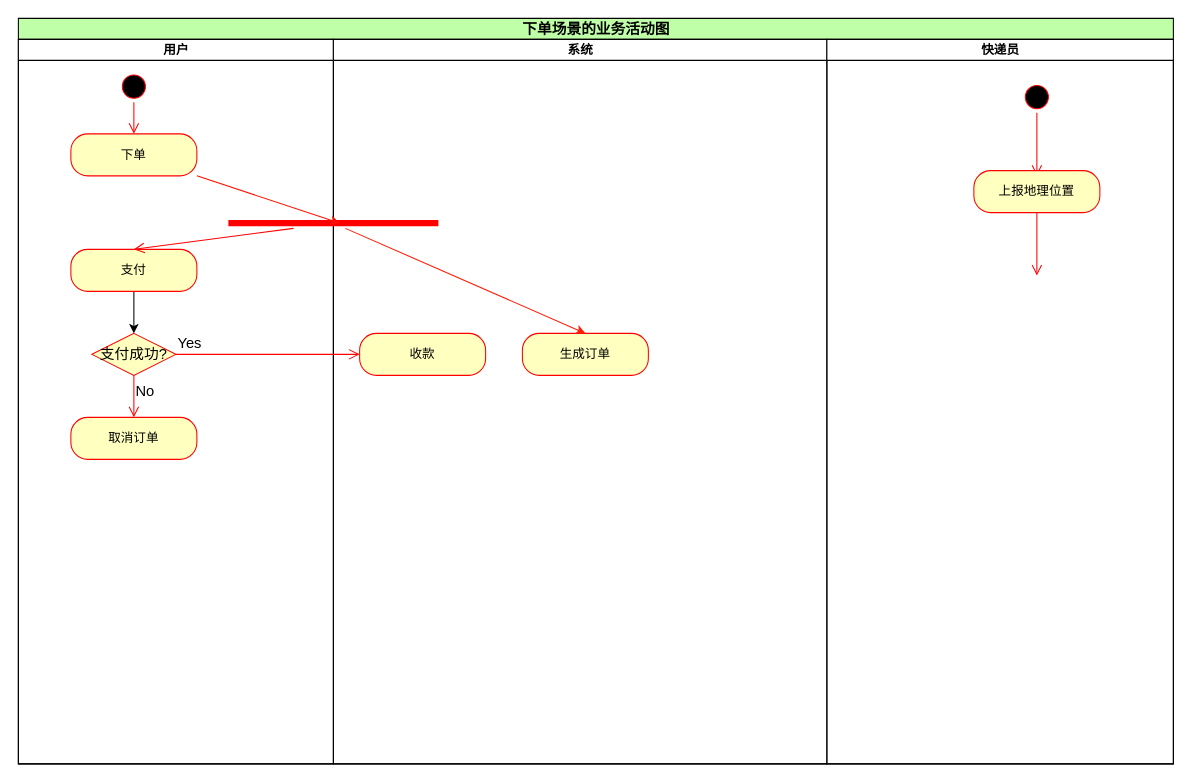
Earlier version of the draw.io diagram page "下单场景的业务活动图" (2 of 2) of Week_XX/架构师训练营 Week X - 大作业（1）.drawio (SmileRR/Architect-001). Source tidied: cells renumbered, new cells numbered last; positions are measured from the earlier drawing's top-left corner, leaving out a move shared by most shapes. Both pictures are drawn from the tidied source at 105%, with x=0, y=0 at pixel (18, 18).
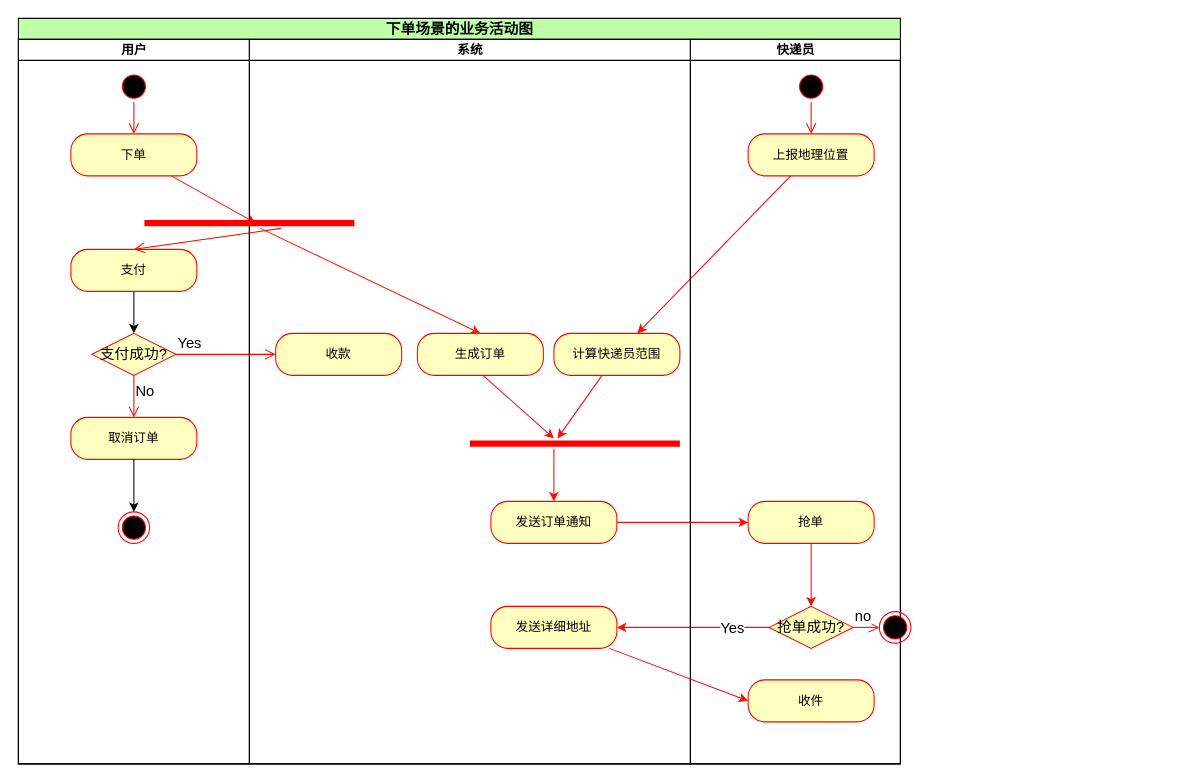
The same diagram, later.

Commit message (it also covers changes not shown here):
Update 架构师训练营 Week X - 大作业（1）.drawio

Unchanged cells that the change refers to:
```xml
<mxCell id="4" value="下单" style="rounded=1;whiteSpace=wrap;html=1;arcSize=40;fontColor=#000000;fillColor=#ffffc0;strokeColor=#ff0000;align=center;" parent="3" vertex="1">
  <mxGeometry x="50" y="90" width="120" height="40" as="geometry" />
</mxCell>
<mxCell id="8" value="支付" style="rounded=1;whiteSpace=wrap;html=1;arcSize=40;fontColor=#000000;fillColor=#ffffc0;strokeColor=#ff0000;align=center;" parent="3" vertex="1">
  <mxGeometry x="50" y="200" width="120" height="40" as="geometry" />
</mxCell>
<mxCell id="9" value="支付成功?" style="rhombus;whiteSpace=wrap;html=1;fillColor=#ffffc0;strokeColor=#ff0000;fontSize=14;align=center;" parent="3" vertex="1">
  <mxGeometry x="70" y="280" width="80" height="40" as="geometry" />
</mxCell>
<mxCell id="11" value="取消订单" style="rounded=1;whiteSpace=wrap;html=1;arcSize=40;fontColor=#000000;fillColor=#ffffc0;strokeColor=#ff0000;align=center;" parent="3" vertex="1">
  <mxGeometry x="50" y="360" width="120" height="40" as="geometry" />
</mxCell>
<mxCell id="15" style="shape=line;html=1;strokeWidth=6;strokeColor=#ff0000;fillColor=#BFFFA8;fontSize=14;align=center;" parent="12" vertex="1">
  <mxGeometry x="-100" y="170" width="200" height="10" as="geometry" />
</mxCell>
<mxCell id="16" value="收款" style="rounded=1;whiteSpace=wrap;html=1;arcSize=40;fontColor=#000000;fillColor=#ffffc0;strokeColor=#ff0000;align=center;" parent="12" vertex="1">
  <mxGeometry x="25" y="280" width="120" height="40" as="geometry" />
</mxCell>
```

What changed in the source:
```diff
@@
     <mxCell id="2" value="下单场景的业务活动图" style="swimlane;html=1;startSize=20;fillColor=#BFFFA8;fontSize=14;align=center;" parent="1" vertex="1">
-      <mxGeometry width="1100" height="710" as="geometry" />
+      <mxGeometry width="840" height="710" as="geometry" />
     </mxCell>
     <mxCell id="3" value="用户" style="swimlane;html=1;startSize=20;align=center;" parent="2" vertex="1">
-      <mxGeometry y="20" width="300" height="690" as="geometry" />
+      <mxGeometry y="20" width="220" height="690" as="geometry" />
     </mxCell>
@@
+    <mxCell id="25" style="ellipse;html=1;shape=endState;fillColor=#000000;strokeColor=#ff0000;fontSize=14;align=center;" parent="3" vertex="1">
+      <mxGeometry x="95" y="450" width="30" height="30" as="geometry" />
+    </mxCell>
+    <mxCell id="22" style="edgeStyle=none;rounded=0;jettySize=auto;html=1;entryX=0.53;entryY=0.5;entryDx=0;entryDy=0;entryPerimeter=0;fontSize=14;strokeColor=#FF1100;" parent="2" edge="1" source="4" target="15">
+      <mxGeometry relative="1" as="geometry" />
+    </mxCell>
+    <mxCell id="24" value="Yes" style="html=1;align=left;verticalAlign=bottom;endArrow=open;endSize=8;strokeColor=#ff0000;fontSize=14;entryX=0;entryY=0.5;entryDx=0;entryDy=0;" parent="2" edge="1" source="9" target="16">
+      <mxGeometry x="-1" relative="1" as="geometry" />
+    </mxCell>
+    <mxCell id="26" style="edgeStyle=none;rounded=0;jettySize=auto;html=1;fontSize=14;strokeColor=#FF0808;" parent="2" edge="1" source="20" target="28">
+      <mxGeometry relative="1" as="geometry" />
+    </mxCell>
+    <mxCell id="23" style="html=1;verticalAlign=bottom;endArrow=open;endSize=8;strokeColor=#ff0000;fontSize=14;entryX=0.5;entryY=0;entryDx=0;entryDy=0;" parent="2" edge="1" target="8">
+      <mxGeometry relative="1" as="geometry">
+        <mxPoint x="250" y="200" as="sourcePoint" />
+      </mxGeometry>
+    </mxCell>
     <mxCell id="12" value="系统" style="swimlane;html=1;startSize=20;" parent="2" vertex="1">
-      <mxGeometry x="300" y="20" width="470" height="690" as="geometry" />
+      <mxGeometry x="220" y="20" width="420" height="690" as="geometry" />
     </mxCell>
+    <mxCell id="27" style="edgeStyle=none;rounded=0;orthogonalLoop=1;jettySize=auto;html=1;fontSize=14;strokeColor=#FF0808;" parent="12" edge="1">
+      <mxGeometry relative="1" as="geometry">
+        <mxPoint x="222.5" y="320" as="sourcePoint" />
+        <mxPoint x="290" y="380" as="targetPoint" />
+      </mxGeometry>
+    </mxCell>
     <mxCell id="13" value="生成订单" style="rounded=1;whiteSpace=wrap;html=1;arcSize=40;fontColor=#000000;fillColor=#ffffc0;strokeColor=#ff0000;align=center;" parent="12" vertex="1">
-      <mxGeometry x="180" y="280" width="120" height="40" as="geometry" />
+      <mxGeometry x="160" y="280" width="120" height="40" as="geometry" />
     </mxCell>
@@
+    <mxCell id="28" value="计算快递员范围" style="rounded=1;whiteSpace=wrap;html=1;arcSize=40;fontColor=#000000;fillColor=#ffffc0;strokeColor=#ff0000;align=center;" parent="12" vertex="1">
+      <mxGeometry x="290" y="280" width="120" height="40" as="geometry" />
+    </mxCell>
+    <mxCell id="29" value="发送订单通知" style="rounded=1;whiteSpace=wrap;html=1;arcSize=40;fontColor=#000000;fillColor=#ffffc0;strokeColor=#ff0000;align=center;" parent="12" vertex="1">
+      <mxGeometry x="230" y="440" width="120" height="40" as="geometry" />
+    </mxCell>
+    <mxCell id="30" style="edgeStyle=none;rounded=0;jettySize=auto;html=1;fontSize=14;strokeColor=#FF0808;" parent="12" edge="1" source="28">
+      <mxGeometry relative="1" as="geometry">
+        <mxPoint x="293.5" y="380" as="targetPoint" />
+      </mxGeometry>
+    </mxCell>
+    <mxCell id="31" style="edgeStyle=none;rounded=0;jettySize=auto;html=1;fontSize=14;strokeColor=#FF0808;" parent="12" edge="1" target="29">
+      <mxGeometry relative="1" as="geometry">
+        <mxPoint x="290" y="390" as="sourcePoint" />
+      </mxGeometry>
+    </mxCell>
+    <mxCell id="32" style="shape=line;html=1;strokeWidth=6;strokeColor=#ff0000;fillColor=#BFFFA8;fontSize=14;align=center;" parent="12" vertex="1">
+      <mxGeometry x="210" y="380" width="200" height="10" as="geometry" />
+    </mxCell>
+    <mxCell id="33" value="发送详细地址" style="rounded=1;whiteSpace=wrap;html=1;arcSize=40;fontColor=#000000;fillColor=#ffffc0;strokeColor=#ff0000;align=center;" parent="12" vertex="1">
+      <mxGeometry x="230" y="540" width="120" height="40" as="geometry" />
+    </mxCell>
+    <mxCell id="34" style="edgeStyle=none;rounded=0;jettySize=auto;html=1;fontSize=14;strokeColor=#FF0808;" parent="2" edge="1" source="29" target="37">
+      <mxGeometry relative="1" as="geometry" />
+    </mxCell>
+    <mxCell id="35" style="edgeStyle=none;rounded=0;jettySize=auto;html=1;fontSize=14;entryX=1;entryY=0.5;entryDx=0;entryDy=0;strokeColor=#FF0808;" parent="2" edge="1" source="38" target="33">
+      <mxGeometry relative="1" as="geometry" />
+    </mxCell>
+    <mxCell id="36" value="Yes" style="edgeLabel;html=1;align=center;verticalAlign=middle;fontSize=14;" parent="35" vertex="1">
+      <mxGeometry x="-0.5" relative="1" as="geometry" />
+    </mxCell>
     <mxCell id="17" value="快递员" style="swimlane;html=1;startSize=20;align=center;" parent="2" vertex="1">
-      <mxGeometry x="770" y="20" width="330" height="690" as="geometry" />
+      <mxGeometry x="640" y="20" width="200" height="690" as="geometry" />
     </mxCell>
     <mxCell id="18" style="ellipse;html=1;shape=startState;fillColor=#000000;strokeColor=#ff0000;fontSize=14;align=center;" parent="17" vertex="1">
-      <mxGeometry x="185" y="40" width="30" height="30" as="geometry" />
+      <mxGeometry x="100" y="30" width="30" height="30" as="geometry" />
     </mxCell>
-    <mxCell id="19" style="edgeStyle=orthogonalEdgeStyle;html=1;verticalAlign=bottom;endArrow=open;endSize=8;strokeColor=#ff0000;fontSize=14;" parent="17" edge="1" source="18">
-      <mxGeometry relative="1" as="geometry">
-        <mxPoint x="200" y="130" as="targetPoint" />
-      </mxGeometry>
+    <mxCell id="19" style="edgeStyle=orthogonalEdgeStyle;html=1;verticalAlign=bottom;endArrow=open;endSize=8;strokeColor=#ff0000;fontSize=14;entryX=0.5;entryY=0;entryDx=0;entryDy=0;" parent="17" edge="1" source="18" target="20">
+      <mxGeometry relative="1" as="geometry" />
     </mxCell>
     <mxCell id="20" value="上报地理位置" style="rounded=1;whiteSpace=wrap;html=1;arcSize=40;fontColor=#000000;fillColor=#ffffc0;strokeColor=#ff0000;align=center;" parent="17" vertex="1">
-      <mxGeometry x="140" y="125" width="120" height="40" as="geometry" />
+      <mxGeometry x="55" y="90" width="120" height="40" as="geometry" />
     </mxCell>
-    <mxCell id="21" style="edgeStyle=orthogonalEdgeStyle;html=1;verticalAlign=bottom;endArrow=open;endSize=8;strokeColor=#ff0000;fontSize=14;" parent="17" edge="1" source="20">
-      <mxGeometry relative="1" as="geometry">
-        <mxPoint x="200" y="225" as="targetPoint" />
-      </mxGeometry>
-    </mxCell>
-    <mxCell id="22" style="edgeStyle=none;rounded=0;jettySize=auto;html=1;entryX=0.53;entryY=0.5;entryDx=0;entryDy=0;entryPerimeter=0;fontSize=14;strokeColor=#FF1100;" parent="2" edge="1" source="4" target="15">
-      <mxGeometry relative="1" as="geometry" />
-    </mxCell>
-    <mxCell id="23" style="html=1;verticalAlign=bottom;endArrow=open;endSize=8;strokeColor=#ff0000;fontSize=14;entryX=0.5;entryY=0;entryDx=0;entryDy=0;" parent="2" edge="1" source="15" target="8">
-      <mxGeometry relative="1" as="geometry" />
-    </mxCell>
-    <mxCell id="24" value="Yes" style="html=1;align=left;verticalAlign=bottom;endArrow=open;endSize=8;strokeColor=#ff0000;fontSize=14;entryX=0;entryY=0.5;entryDx=0;entryDy=0;" parent="2" edge="1" source="9" target="16">
-      <mxGeometry x="-1" relative="1" as="geometry" />
-    </mxCell>
+    <mxCell id="37" value="抢单" style="rounded=1;whiteSpace=wrap;html=1;arcSize=40;fontColor=#000000;fillColor=#ffffc0;strokeColor=#ff0000;align=center;" parent="17" vertex="1">
+      <mxGeometry x="55" y="440" width="120" height="40" as="geometry" />
+    </mxCell>
+    <mxCell id="38" value="抢单成功?" style="rhombus;whiteSpace=wrap;html=1;fillColor=#ffffc0;strokeColor=#ff0000;fontSize=14;align=center;" parent="17" vertex="1">
+      <mxGeometry x="75" y="540" width="80" height="40" as="geometry" />
+    </mxCell>
+    <mxCell id="39" value="no" style="html=1;align=left;verticalAlign=bottom;endArrow=open;endSize=8;strokeColor=#ff0000;fontSize=14;entryX=0;entryY=0.5;entryDx=0;entryDy=0;" parent="17" edge="1" source="38" target="41">
+      <mxGeometry x="-1" relative="1" as="geometry" />
+    </mxCell>
+    <mxCell id="40" style="edgeStyle=none;rounded=0;jettySize=auto;html=1;fontSize=14;entryX=0.5;entryY=0;entryDx=0;entryDy=0;strokeColor=#FF0808;" parent="17" edge="1" source="37" target="38">
+      <mxGeometry relative="1" as="geometry" />
+    </mxCell>
+    <mxCell id="41" style="ellipse;html=1;shape=endState;fillColor=#000000;strokeColor=#ff0000;fontSize=14;align=center;" parent="17" vertex="1">
+      <mxGeometry x="180" y="545" width="30" height="30" as="geometry" />
+    </mxCell>
+    <mxCell id="42" value="收件" style="rounded=1;whiteSpace=wrap;html=1;arcSize=40;fontColor=#000000;fillColor=#ffffc0;strokeColor=#ff0000;align=center;" parent="17" vertex="1">
+      <mxGeometry x="55" y="610" width="120" height="40" as="geometry" />
+    </mxCell>
+    <mxCell id="43" style="edgeStyle=none;rounded=0;jettySize=auto;html=1;fontSize=14;entryX=0;entryY=0.5;entryDx=0;entryDy=0;strokeColor=#FF0808;" parent="2" edge="1" source="33" target="42">
+      <mxGeometry relative="1" as="geometry" />
+    </mxCell>
+    <mxCell id="44" style="edgeStyle=none;rounded=0;jettySize=auto;html=1;strokeColor=#000000;fontSize=14;" parent="1" edge="1" source="11">
+      <mxGeometry relative="1" as="geometry">
+        <mxPoint x="110" y="470" as="targetPoint" />
+      </mxGeometry>
+    </mxCell>
```
